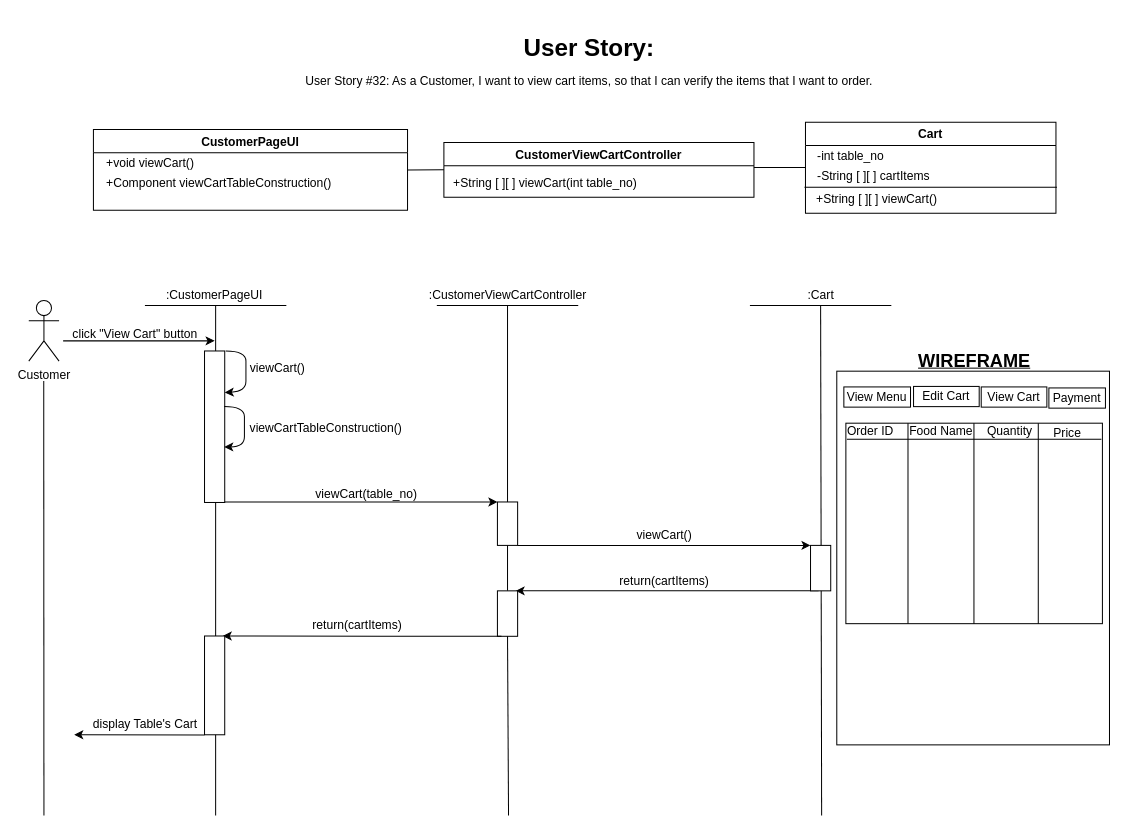
Earlier version of the draw.io diagram BCE_UML_and_Diagrams/Customer/Customer_ViewCart(#32)/UserStory#32_Customer_ViewCart.drawio (extred5700/JAVAGUI-Restaurant-Table-Order-System). Source tidied: cells renumbered, new cells numbered last; positions are measured from the earlier drawing's top-left corner, leaving out a move shared by most shapes. Both pictures are drawn from the tidied source at 101%, with x=0, y=0 at pixel (28, 27).
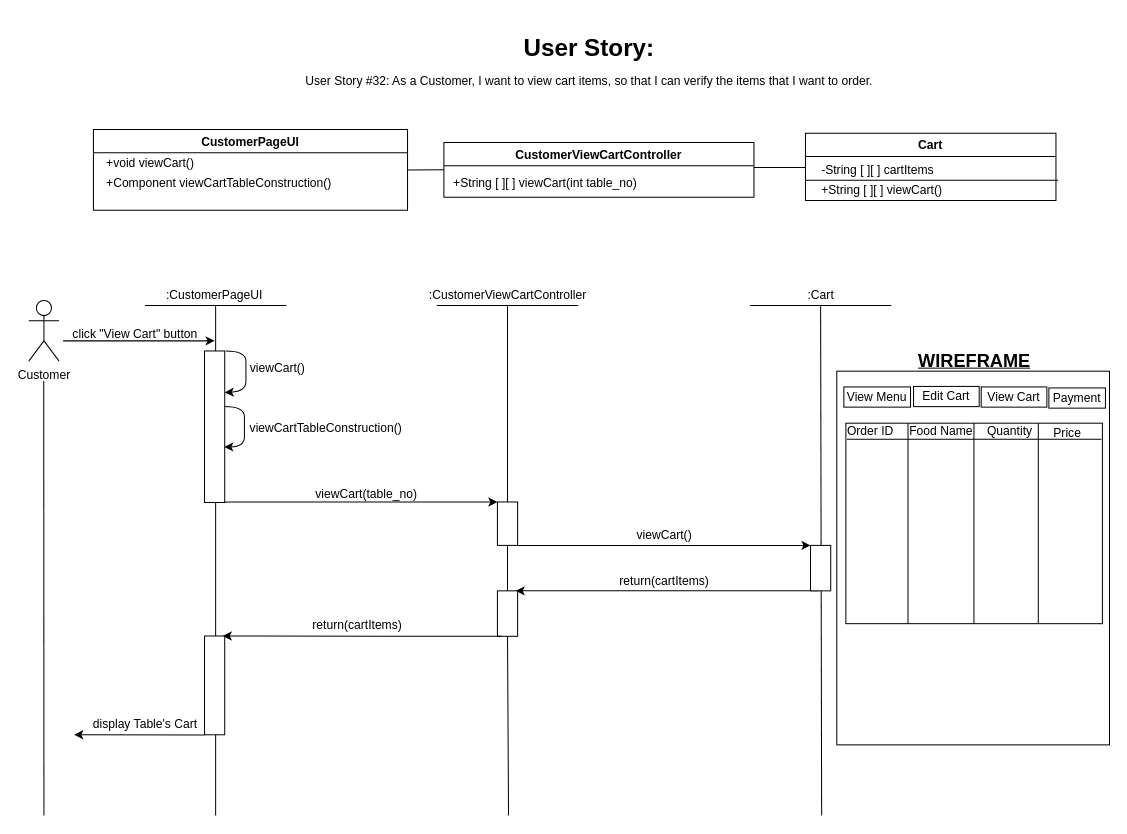
After the change.

Change to the diagram source:
```diff
@@
     <mxCell id="9" value="Cart" style="swimlane;" parent="1" vertex="1">
-      <mxGeometry x="769" y="93.6" width="248" height="90" as="geometry" />
+      <mxGeometry x="769" y="104.4" width="248" height="66.5" as="geometry" />
     </mxCell>
     <mxCell id="10" style="endArrow=none;html=1;rounded=0;" parent="9" edge="1">
       <mxGeometry relative="1" as="geometry">
-        <mxPoint x="-1" y="64.2" as="sourcePoint" />
-        <mxPoint x="249" y="64.2" as="targetPoint" />
+        <mxPoint y="46.5" as="sourcePoint" />
+        <mxPoint x="250" y="46.5" as="targetPoint" />
       </mxGeometry>
     </mxCell>
     <mxCell id="11" value="+String [ ][ ] viewCart()" style="text;html=1;align=left;verticalAlign=middle;strokeColor=none;fillColor=none;" parent="9" vertex="1">
-      <mxGeometry x="9" y="66" width="140" height="20" as="geometry" />
+      <mxGeometry x="14" y="46.5" width="140" height="20" as="geometry" />
     </mxCell>
     <mxCell id="12" value="-String [ ][ ] cartItems" style="text;html=1;align=left;verticalAlign=middle;strokeColor=none;fillColor=none;" parent="9" vertex="1">
-      <mxGeometry x="10" y="43" width="130" height="20" as="geometry" />
+      <mxGeometry x="14" y="26.4" width="130" height="20" as="geometry" />
     </mxCell>
-    <mxCell id="13" value="-int table_no" style="text;html=1;align=left;verticalAlign=middle;strokeColor=none;fillColor=none;" parent="9" vertex="1">
-      <mxGeometry x="10" y="23" width="80" height="20" as="geometry" />
-    </mxCell>
```
